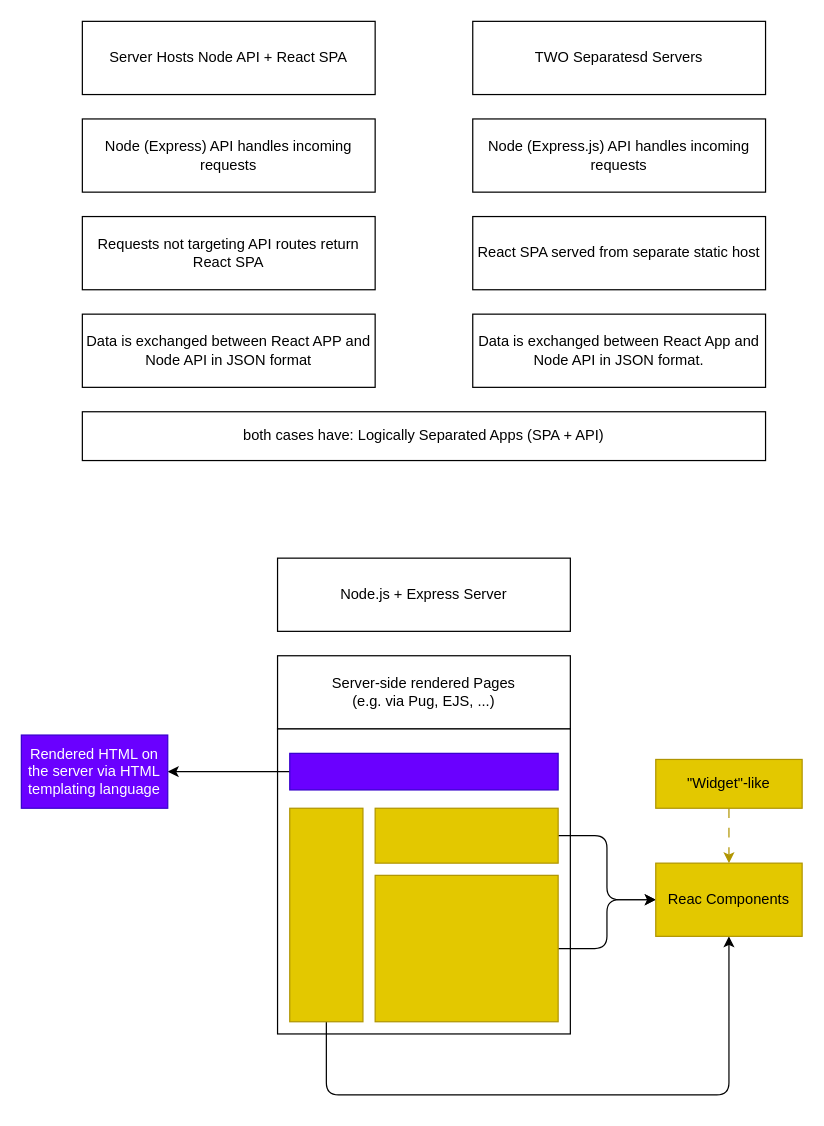
This is wiki/mern-diagrams/mern--connecting-react-w-node.drawio from paulAlexSerban/tpl--mern, a draw.io file, before an edit. Source tidied: cells renumbered, new cells numbered last; positions are measured from the earlier drawing's top-left corner, leaving out a move shared by most shapes. Both pictures are drawn from the tidied source at 122%, with x=0, y=0 at pixel (21, 21).
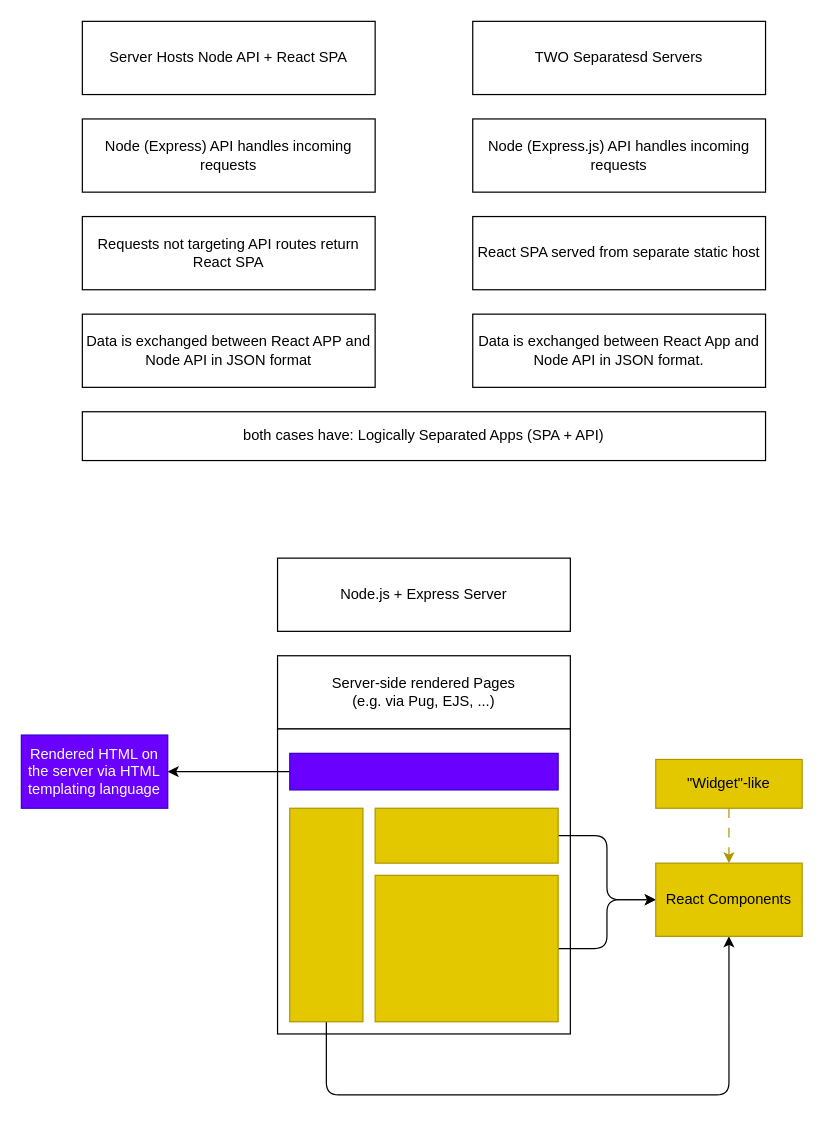
After the change.

Commit message (it also covers changes not shown here):
docs(scafold): add simple react-express

Change to the diagram source:
```diff
@@
-    <mxCell id="23" value="Reac Components" style="whiteSpace=wrap;html=1;fillColor=#e3c800;fontColor=#000000;strokeColor=#B09500;" parent="1" vertex="1">
+    <mxCell id="23" value="React Components" style="whiteSpace=wrap;html=1;fillColor=#e3c800;fontColor=#000000;strokeColor=#B09500;" parent="1" vertex="1">
       <mxGeometry x="520" y="690" width="120" height="60" as="geometry" />
     </mxCell>
```
